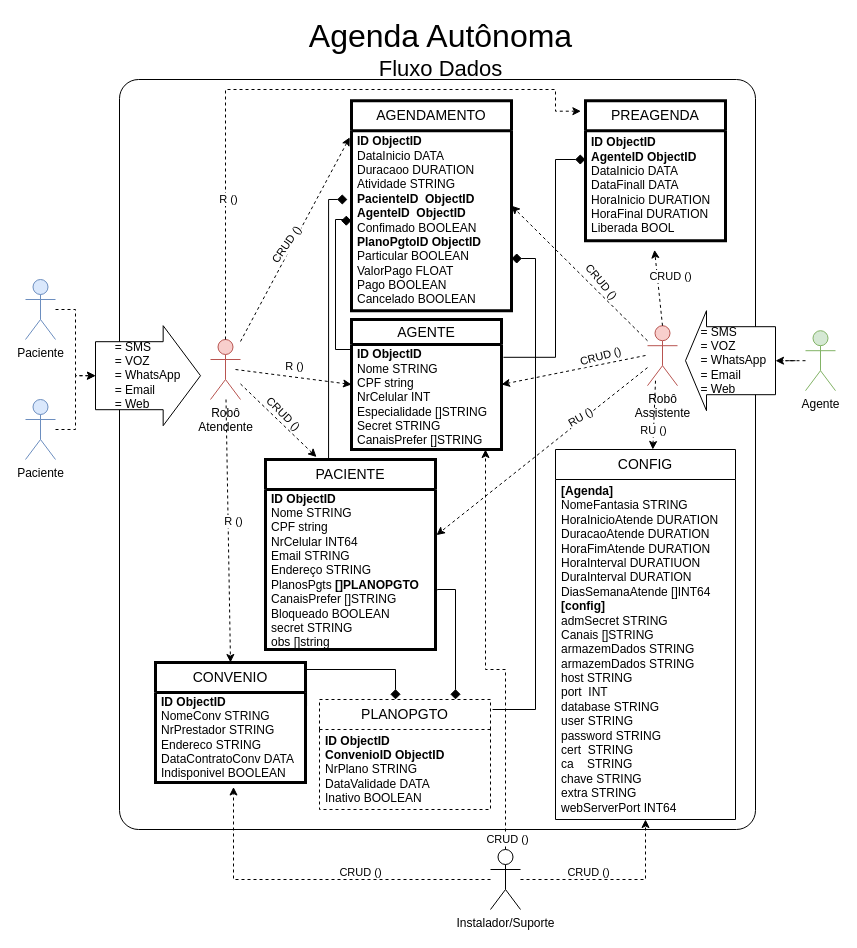
The draw.io diagram page "Página-1" (1 of 2) of Agenda.drawio in gunboe/Agenda, before the edit. Source tidied: cells renumbered, new cells numbered last; positions are measured from the earlier drawing's top-left corner, leaving out a move shared by most shapes. Both pictures are drawn from the tidied source at 100%, with x=0, y=0 at pixel (25, 19).
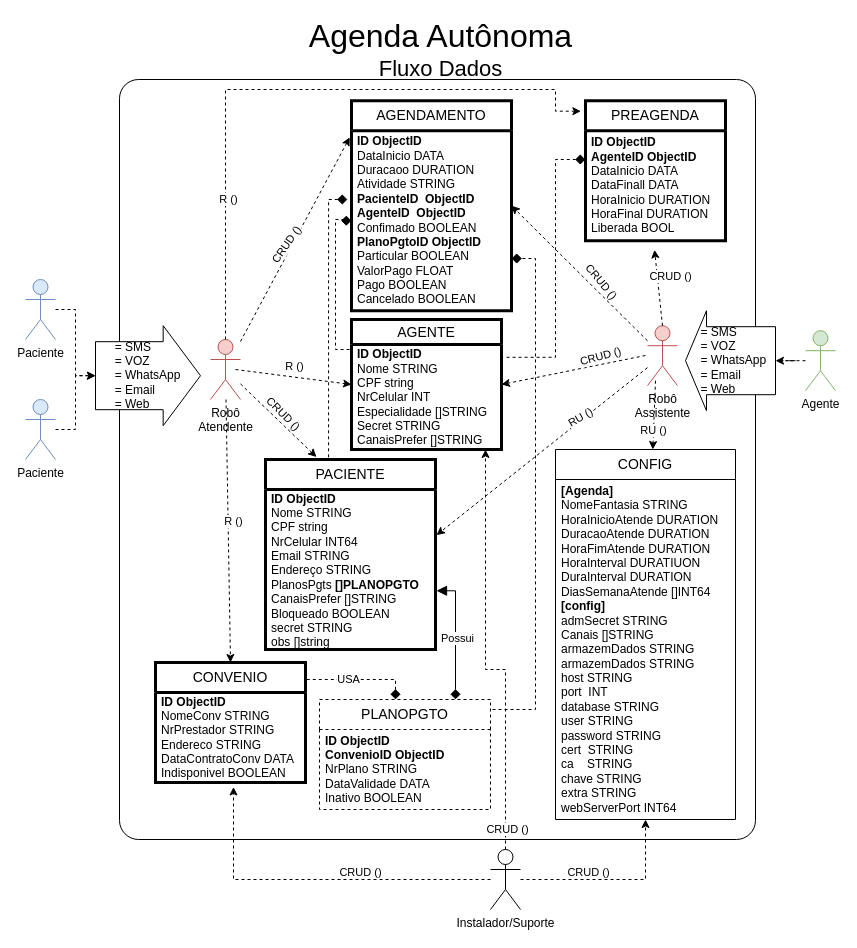
The same diagram, later.

The change refers to these unchanged cells:
```xml
<mxCell id="10" value="&lt;font style=&quot;font-size: 14px;&quot;&gt;PACIENTE&lt;/font&gt;" style="swimlane;fontStyle=0;horizontal=1;startSize=30;whiteSpace=wrap;html=1;strokeWidth=3;" parent="1" vertex="1">
  <mxGeometry x="240" y="440" width="170" height="190" as="geometry" />
</mxCell>
<mxCell id="11" value="&lt;b style=&quot;border-color: var(--border-color);&quot;&gt;ID ObjectID&lt;br style=&quot;border-color: var(--border-color);&quot;&gt;&lt;/b&gt;Nome STRING&lt;br&gt;CPF string&lt;br&gt;NrCelular INT64&lt;br&gt;Email STRING&lt;br&gt;Endereço STRING&lt;br&gt;PlanosPgts&amp;nbsp;&lt;b&gt;[]PLANOPGTO&lt;/b&gt;&lt;br&gt;CanaisPrefer []STRING&lt;br&gt;Bloqueado BOOLEAN&lt;br&gt;secret STRING&lt;br&gt;obs []string" style="text;strokeColor=none;fillColor=none;align=left;verticalAlign=middle;spacingLeft=4;spacingRight=4;overflow=hidden;points=[[0,0.5],[1,0.5]];portConstraint=eastwest;whiteSpace=wrap;html=1;" parent="10" vertex="1">
  <mxGeometry y="30" width="170" height="160" as="geometry" />
</mxCell>
<mxCell id="19" value="&lt;font style=&quot;font-size: 14px;&quot;&gt;AGENTE&lt;/font&gt;" style="swimlane;fontStyle=0;horizontal=1;startSize=25;whiteSpace=wrap;html=1;strokeWidth=3;" parent="1" vertex="1">
  <mxGeometry x="326" y="300" width="150" height="130" as="geometry" />
</mxCell>
<mxCell id="20" value="&lt;b style=&quot;border-color: var(--border-color);&quot;&gt;ID ObjectID&lt;br style=&quot;border-color: var(--border-color);&quot;&gt;&lt;/b&gt;Nome STRING&lt;br&gt;CPF string&lt;br&gt;NrCelular INT&lt;br&gt;Especialidade []STRING&lt;br&gt;Secret STRING&lt;br&gt;CanaisPrefer []STRING" style="text;strokeColor=none;fillColor=none;align=left;verticalAlign=middle;spacingLeft=4;spacingRight=4;overflow=hidden;points=[[0,0.5],[1,0.5]];portConstraint=eastwest;whiteSpace=wrap;html=1;strokeWidth=3;" parent="19" vertex="1">
  <mxGeometry y="25" width="150" height="105" as="geometry" />
</mxCell>
<mxCell id="34" value="&lt;font style=&quot;font-size: 14px;&quot;&gt;PLANOPGTO&lt;/font&gt;" style="swimlane;fontStyle=0;horizontal=1;startSize=30;whiteSpace=wrap;html=1;dashed=1;" parent="1" vertex="1">
  <mxGeometry x="294" y="680" width="171" height="110" as="geometry" />
</mxCell>
<mxCell id="37" style="edgeStyle=orthogonalEdgeStyle;rounded=0;jettySize=auto;html=1;dashed=1;exitX=0.5;exitY=0;exitDx=0;exitDy=0;exitPerimeter=0;" parent="1" edge="1" source="16">
  <mxGeometry relative="1" as="geometry">
    <mxPoint x="460" y="430" as="targetPoint" />
    <Array as="points">
      <mxPoint x="480" y="830" />
      <mxPoint x="480" y="650" />
      <mxPoint x="460" y="650" />
    </Array>
  </mxGeometry>
</mxCell>
<mxCell id="44" value="&lt;b&gt;ID ObjectID&lt;br&gt;AgenteID&amp;nbsp;&lt;/b&gt;&lt;b style=&quot;border-color: var(--border-color);&quot;&gt;ObjectID&lt;/b&gt;&lt;b&gt;&lt;br&gt;&lt;/b&gt;DataInicio DATA&lt;br&gt;DataFinall DATA&lt;br&gt;HoraInicio DURATION&lt;br&gt;HoraFinal DURATION&lt;br&gt;Liberada BOOL" style="text;strokeColor=none;fillColor=none;align=left;verticalAlign=middle;spacingLeft=4;spacingRight=4;overflow=hidden;points=[[0,0.5],[1,0.5]];portConstraint=eastwest;whiteSpace=wrap;html=1;" parent="43" vertex="1">
  <mxGeometry y="30" width="140" height="110" as="geometry" />
</mxCell>
<mxCell id="54" value="&lt;b&gt;ID ObjectID&lt;br&gt;&lt;/b&gt;NomeConv STRING&lt;br&gt;NrPrestador STRING&lt;br&gt;Endereco STRING&lt;br&gt;DataContratoConv DATA&lt;br&gt;Indisponivel BOOLEAN" style="text;strokeColor=none;fillColor=none;align=left;verticalAlign=middle;spacingLeft=4;spacingRight=4;overflow=hidden;points=[[0,0.5],[1,0.5]];portConstraint=eastwest;whiteSpace=wrap;html=1;" parent="53" vertex="1">
  <mxGeometry y="30" width="150" height="90" as="geometry" />
</mxCell>
<mxCell id="60" value="&lt;b&gt;ID ObjectID&lt;/b&gt;&lt;br&gt;DataInicio DATA&lt;br style=&quot;border-color: var(--border-color); text-align: center;&quot;&gt;&lt;span style=&quot;text-align: center;&quot;&gt;Duracaoo DURATION&lt;/span&gt;&lt;br style=&quot;border-color: var(--border-color); text-align: center;&quot;&gt;&lt;span style=&quot;text-align: center;&quot;&gt;Atividade STRING&lt;/span&gt;&lt;br style=&quot;border-color: var(--border-color); text-align: center;&quot;&gt;&lt;b&gt;PacienteID&amp;nbsp;&amp;nbsp;&lt;/b&gt;&lt;b style=&quot;border-color: var(--border-color);&quot;&gt;ObjectID&lt;/b&gt;&lt;br style=&quot;border-color: var(--border-color);&quot;&gt;&lt;span style=&quot;text-align: center;&quot;&gt;&lt;b&gt;AgenteID&amp;nbsp;&amp;nbsp;&lt;/b&gt;&lt;/span&gt;&lt;b style=&quot;border-color: var(--border-color);&quot;&gt;ObjectID&lt;/b&gt;&lt;br style=&quot;border-color: var(--border-color); text-align: center;&quot;&gt;&lt;span style=&quot;text-align: center;&quot;&gt;Confimado BOOLEAN&lt;/span&gt;&lt;br&gt;&lt;b&gt;PlanoPgtoID&amp;nbsp;&lt;/b&gt;&lt;b style=&quot;border-color: var(--border-color);&quot;&gt;ObjectID&lt;br&gt;&lt;/b&gt;Particular BOOLEAN&lt;b&gt;&lt;br&gt;&lt;/b&gt;ValorPago FLOAT&lt;br&gt;Pago BOOLEAN&lt;br&gt;Cancelado BOOLEAN&lt;span style=&quot;text-align: center;&quot;&gt;&lt;br&gt;&lt;/span&gt;" style="text;strokeColor=none;fillColor=none;align=left;verticalAlign=middle;spacingLeft=4;spacingRight=4;overflow=hidden;points=[[0,0.5],[1,0.5]];portConstraint=eastwest;whiteSpace=wrap;html=1;" parent="59" vertex="1">
  <mxGeometry y="30" width="160" height="180" as="geometry" />
</mxCell>
```

Diff of the diagram source:
```diff
@@
     <mxCell id="2" style="rounded=1;whiteSpace=wrap;html=1;arcSize=3;" parent="1" vertex="1">
-      <mxGeometry x="94" y="60" width="636" height="750" as="geometry" />
+      <mxGeometry x="94" y="60" width="636" height="760" as="geometry" />
     </mxCell>
@@
-    <mxCell id="36" style="edgeStyle=orthogonalEdgeStyle;rounded=0;jettySize=auto;html=1;endArrow=none;endFill=0;endSize=8;startArrow=diamond;startFill=1;startSize=8;exitX=0;exitY=0.5;exitDx=0;exitDy=0;" parent="1" edge="1" source="60" target="19">
+    <mxCell id="36" style="edgeStyle=orthogonalEdgeStyle;rounded=0;jettySize=auto;html=1;endArrow=none;endFill=0;endSize=8;startArrow=diamond;startFill=1;startSize=8;exitX=0;exitY=0.5;exitDx=0;exitDy=0;dashed=1;" parent="1" edge="1" source="60" target="19">
       <mxGeometry relative="1" as="geometry">
         <Array as="points">
           <mxPoint x="320" y="201" />
           <mxPoint x="320" y="200" />
           <mxPoint x="310" y="200" />
           <mxPoint x="310" y="330" />
         </Array>
       </mxGeometry>
     </mxCell>
@@
     <mxCell id="38" value="CRUD ()" style="edgeLabel;html=1;align=center;verticalAlign=middle;" parent="37" vertex="1">
       <mxGeometry x="-0.81" y="-2" relative="1" as="geometry">
-        <mxPoint x="-1" y="29" as="offset" />
+        <mxPoint x="-1" y="19" as="offset" />
       </mxGeometry>
     </mxCell>
@@
-    <mxCell id="40" style="edgeStyle=orthogonalEdgeStyle;rounded=0;jettySize=auto;html=1;endArrow=none;endFill=0;endSize=8;startSize=8;startArrow=diamond;startFill=1;entryX=0.371;entryY=0;entryDx=0;entryDy=0;entryPerimeter=0;exitX=-0.025;exitY=0.382;exitDx=0;exitDy=0;exitPerimeter=0;" parent="1" edge="1" source="60" target="10">
+    <mxCell id="40" style="edgeStyle=orthogonalEdgeStyle;rounded=0;jettySize=auto;html=1;endArrow=none;endFill=0;endSize=8;startSize=8;startArrow=diamond;startFill=1;entryX=0.371;entryY=0;entryDx=0;entryDy=0;entryPerimeter=0;exitX=-0.025;exitY=0.382;exitDx=0;exitDy=0;exitPerimeter=0;dashed=1;" parent="1" edge="1" source="60" target="10">
       <mxGeometry relative="1" as="geometry">
         <Array as="points">
           <mxPoint x="303" y="180" />
         </Array>
       </mxGeometry>
     </mxCell>
@@
-    <mxCell id="55" style="edgeStyle=orthogonalEdgeStyle;rounded=0;jettySize=auto;html=1;exitX=1.006;exitY=0.633;exitDx=0;exitDy=0;exitPerimeter=0;endArrow=diamond;endFill=1;endSize=8;startArrow=none;startFill=0;startSize=8;" parent="1" edge="1" source="11" target="34">
+    <mxCell id="55" style="edgeStyle=orthogonalEdgeStyle;rounded=0;jettySize=auto;html=1;exitX=1.006;exitY=0.633;exitDx=0;exitDy=0;exitPerimeter=0;endArrow=diamond;endFill=1;endSize=8;startArrow=block;startFill=1;startSize=8;" parent="1" edge="1" source="11" target="34">
       <mxGeometry relative="1" as="geometry">
         <Array as="points">
-          <mxPoint x="412" y="570" />
-          <mxPoint x="430" y="570" />
+          <mxPoint x="430" y="571" />
         </Array>
       </mxGeometry>
     </mxCell>
+    <mxCell id="61" value="Possui" style="edgeLabel;html=1;align=center;verticalAlign=middle;" parent="55" vertex="1">
+      <mxGeometry x="0.03" y="1" relative="1" as="geometry" />
+    </mxCell>
-    <mxCell id="56" style="edgeStyle=orthogonalEdgeStyle;rounded=0;jettySize=auto;html=1;entryX=1.007;entryY=0.15;entryDx=0;entryDy=0;entryPerimeter=0;endArrow=none;endFill=0;endSize=8;startArrow=diamond;startFill=1;startSize=8;" parent="1" edge="1" source="34" target="54">
+    <mxCell id="56" style="edgeStyle=orthogonalEdgeStyle;rounded=0;jettySize=auto;html=1;endArrow=none;endFill=0;endSize=8;startArrow=diamond;startFill=1;startSize=8;dashed=1;" parent="1" edge="1" source="34">
       <mxGeometry relative="1" as="geometry">
+        <mxPoint x="281" y="660" as="targetPoint" />
         <Array as="points">
-          <mxPoint x="370" y="650" />
-          <mxPoint x="281" y="650" />
+          <mxPoint x="370" y="660" />
         </Array>
       </mxGeometry>
     </mxCell>
+    <mxCell id="62" value="USA" style="edgeLabel;html=1;align=center;verticalAlign=middle;" parent="56" vertex="1">
+      <mxGeometry x="0.25" y="-1" relative="1" as="geometry" />
+    </mxCell>
-    <mxCell id="57" style="edgeStyle=orthogonalEdgeStyle;rounded=0;jettySize=auto;html=1;entryX=1.013;entryY=0.122;entryDx=0;entryDy=0;entryPerimeter=0;endArrow=none;endFill=0;strokeWidth=1;endSize=8;startArrow=diamond;startFill=1;targetPerimeterSpacing=0;sourcePerimeterSpacing=0;startSize=8;exitX=0;exitY=0.262;exitDx=0;exitDy=0;exitPerimeter=0;" parent="1" edge="1" source="44" target="20">
+    <mxCell id="57" style="edgeStyle=orthogonalEdgeStyle;rounded=0;jettySize=auto;html=1;entryX=1.013;entryY=0.122;entryDx=0;entryDy=0;entryPerimeter=0;endArrow=none;endFill=0;strokeWidth=1;endSize=8;startArrow=diamond;startFill=1;targetPerimeterSpacing=0;sourcePerimeterSpacing=0;startSize=8;exitX=0;exitY=0.262;exitDx=0;exitDy=0;exitPerimeter=0;dashed=1;" parent="1" edge="1" source="44" target="20">
       <mxGeometry relative="1" as="geometry">
         <Array as="points">
           <mxPoint x="530" y="140" />
           <mxPoint x="530" y="338" />
         </Array>
       </mxGeometry>
     </mxCell>
-    <mxCell id="58" style="edgeStyle=orthogonalEdgeStyle;rounded=0;jettySize=auto;html=1;endSize=8;startSize=8;endArrow=diamond;endFill=1;exitX=1.012;exitY=0.091;exitDx=0;exitDy=0;exitPerimeter=0;" parent="1" edge="1" source="34" target="60">
+    <mxCell id="58" style="edgeStyle=orthogonalEdgeStyle;rounded=0;jettySize=auto;html=1;endSize=8;startSize=8;endArrow=diamond;endFill=1;exitX=1.012;exitY=0.091;exitDx=0;exitDy=0;exitPerimeter=0;dashed=1;" parent="1" edge="1" source="34" target="60">
       <mxGeometry relative="1" as="geometry">
         <Array as="points">
           <mxPoint x="510" y="690" />
           <mxPoint x="510" y="239" />
         </Array>
       </mxGeometry>
     </mxCell>
```
